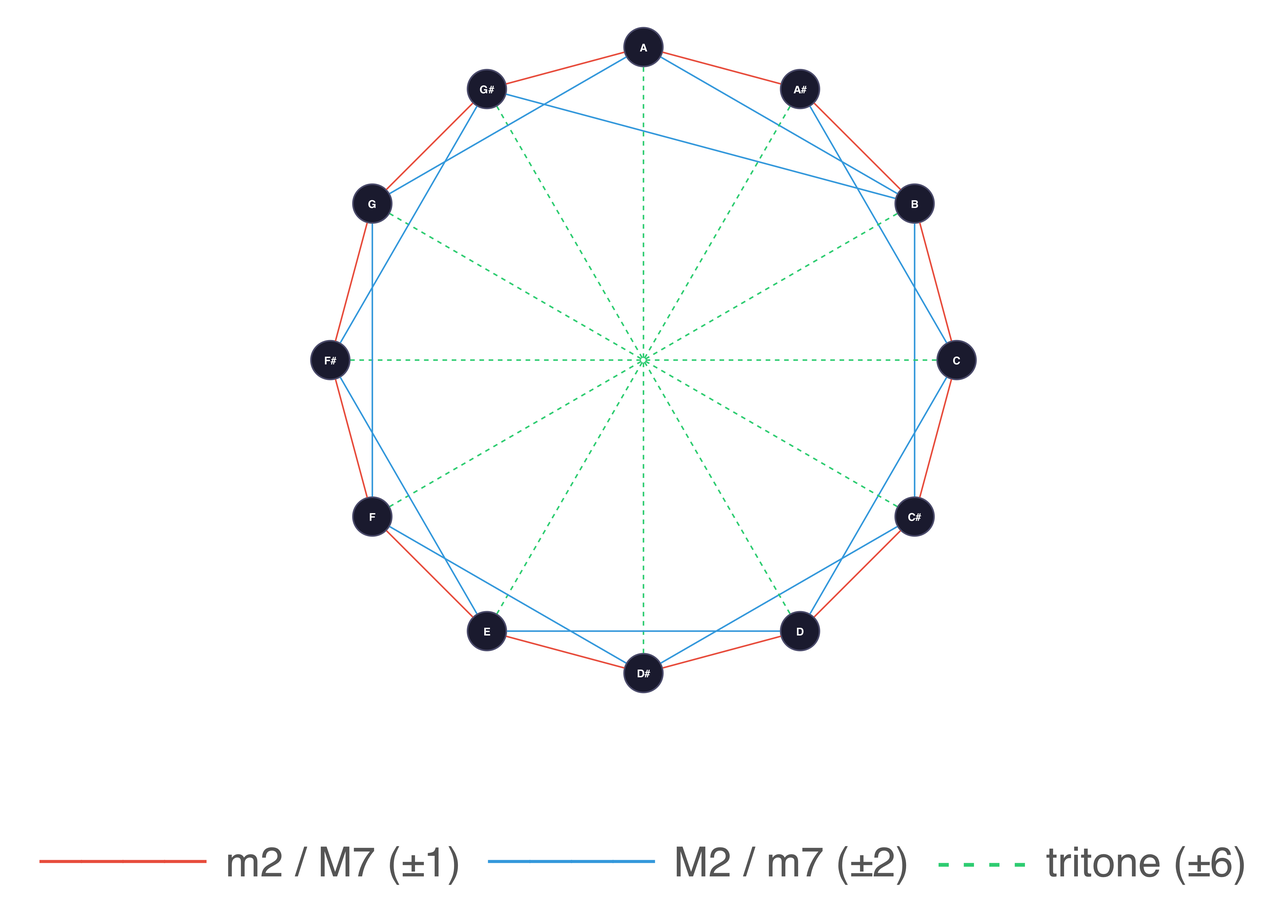
The Graphviz diagram angry_man_successor_graph.png in vasilescur/jazz-engine, before a commit. Its source is kept beside it as angry_man_successor_graph.dot.
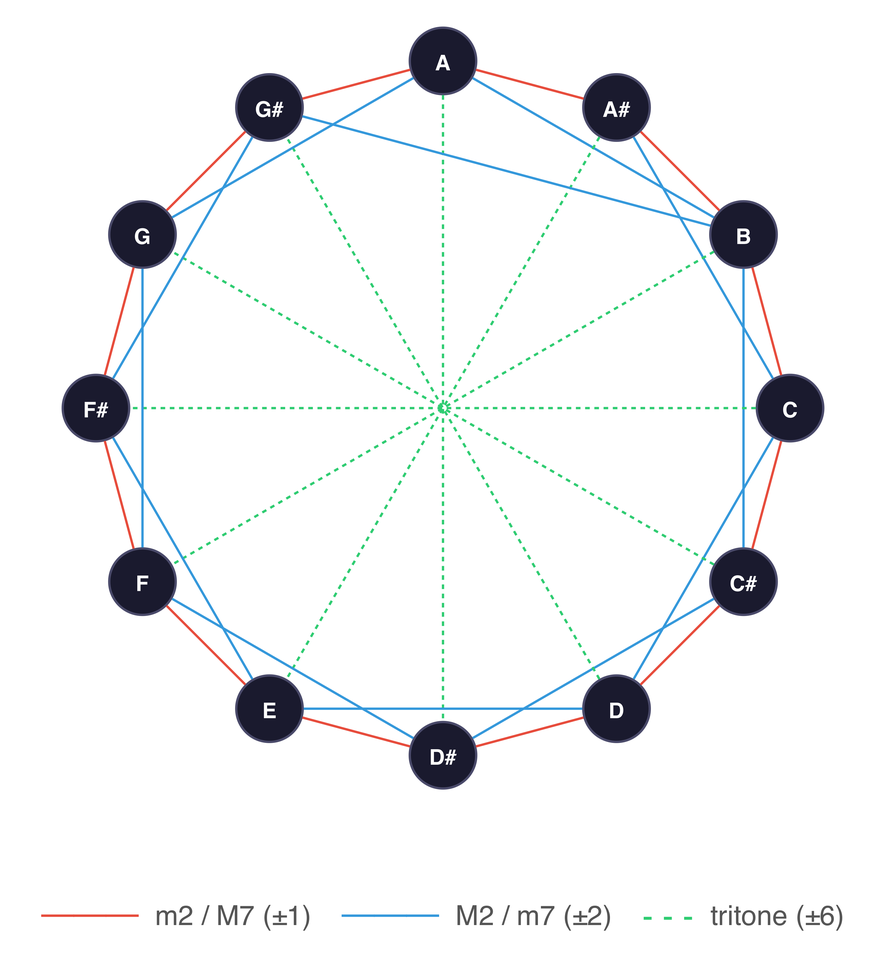
After the change.

Commit message:
Scale up graph and legend for readability

What changed in the source:
```diff
@@ -11,63 +11,63 @@
         fillcolor="#1a1a2e"
         fontcolor="white"
         fontname="Helvetica-Bold"
-        fontsize=14
-        width=0.7
+        fontsize=28
+        width=1.2
         fixedsize=true
         color="#4a4a6a"
-        penwidth=2
+        penwidth=3
     ]
 
     edge [
         color="#666688"
-        penwidth=1.5
+        penwidth=2.5
     ]
 
-    "A"   [pos="0.000, 2.200!"]
-    "A#"  [pos="1.100, 1.905!"]
-    "B"   [pos="1.905, 1.100!"]
-    "C"   [pos="2.200, 0.000!"]
-    "C#"  [pos="1.905,-1.100!"]
-    "D"   [pos="1.100,-1.905!"]
-    "D#"  [pos="0.000,-2.200!"]
-    "E"   [pos="-1.100,-1.905!"]
-    "F"   [pos="-1.905,-1.100!"]
-    "F#"  [pos="-2.200, 0.000!"]
-    "G"   [pos="-1.905, 1.100!"]
-    "G#"  [pos="-1.100, 1.905!"]
+    "A"   [pos="0.000, 4.400!"]
+    "A#"  [pos="2.200, 3.810!"]
+    "B"   [pos="3.810, 2.200!"]
+    "C"   [pos="4.400, 0.000!"]
+    "C#"  [pos="3.810,-2.200!"]
+    "D"   [pos="2.200,-3.810!"]
+    "D#"  [pos="0.000,-4.400!"]
+    "E"   [pos="-2.200,-3.810!"]
+    "F"   [pos="-3.810,-2.200!"]
+    "F#"  [pos="-4.400, 0.000!"]
+    "G"   [pos="-3.810, 2.200!"]
+    "G#"  [pos="-2.200, 3.810!"]
 
-    "A"  -- "A#"  [color="#e74c3c", penwidth=2, label="m2", fontcolor="#e74c3c", fontsize=0]
-    "A#" -- "B"   [color="#e74c3c", penwidth=2]
-    "B"  -- "C"   [color="#e74c3c", penwidth=2]
-    "C"  -- "C#"  [color="#e74c3c", penwidth=2]
-    "C#" -- "D"   [color="#e74c3c", penwidth=2]
-    "D"  -- "D#"  [color="#e74c3c", penwidth=2]
-    "D#" -- "E"   [color="#e74c3c", penwidth=2]
-    "E"  -- "F"   [color="#e74c3c", penwidth=2]
-    "F"  -- "F#"  [color="#e74c3c", penwidth=2]
-    "F#" -- "G"   [color="#e74c3c", penwidth=2]
-    "G"  -- "G#"  [color="#e74c3c", penwidth=2]
-    "G#" -- "A"   [color="#e74c3c", penwidth=2]
+    "A"  -- "A#"  [color="#e74c3c", penwidth=3]
+    "A#" -- "B"   [color="#e74c3c", penwidth=3]
+    "B"  -- "C"   [color="#e74c3c", penwidth=3]
+    "C"  -- "C#"  [color="#e74c3c", penwidth=3]
+    "C#" -- "D"   [color="#e74c3c", penwidth=3]
+    "D"  -- "D#"  [color="#e74c3c", penwidth=3]
+    "D#" -- "E"   [color="#e74c3c", penwidth=3]
+    "E"  -- "F"   [color="#e74c3c", penwidth=3]
+    "F"  -- "F#"  [color="#e74c3c", penwidth=3]
+    "F#" -- "G"   [color="#e74c3c", penwidth=3]
+    "G"  -- "G#"  [color="#e74c3c", penwidth=3]
+    "G#" -- "A"   [color="#e74c3c", penwidth=3]
 
-    "A"  -- "B"   [color="#3498db", penwidth=2]
-    "A#" -- "C"   [color="#3498db", penwidth=2]
-    "B"  -- "C#"  [color="#3498db", penwidth=2]
-    "C"  -- "D"   [color="#3498db", penwidth=2]
-    "C#" -- "D#"  [color="#3498db", penwidth=2]
-    "D"  -- "E"   [color="#3498db", penwidth=2]
-    "D#" -- "F"   [color="#3498db", penwidth=2]
-    "E"  -- "F#"  [color="#3498db", penwidth=2]
-    "F"  -- "G"   [color="#3498db", penwidth=2]
-    "F#" -- "G#"  [color="#3498db", penwidth=2]
-    "G"  -- "A"   [color="#3498db", penwidth=2]
-    "G#" -- "B"   [color="#3498db", penwidth=2]
+    "A"  -- "B"   [color="#3498db", penwidth=3]
+    "A#" -- "C"   [color="#3498db", penwidth=3]
+    "B"  -- "C#"  [color="#3498db", penwidth=3]
+    "C"  -- "D"   [color="#3498db", penwidth=3]
+    "C#" -- "D#"  [color="#3498db", penwidth=3]
+    "D"  -- "E"   [color="#3498db", penwidth=3]
+    "D#" -- "F"   [color="#3498db", penwidth=3]
+    "E"  -- "F#"  [color="#3498db", penwidth=3]
+    "F"  -- "G"   [color="#3498db", penwidth=3]
+    "F#" -- "G#"  [color="#3498db", penwidth=3]
+    "G"  -- "A"   [color="#3498db", penwidth=3]
+    "G#" -- "B"   [color="#3498db", penwidth=3]
 
-    "A"  -- "D#"  [color="#2ecc71", penwidth=2, style=dashed]
-    "A#" -- "E"   [color="#2ecc71", penwidth=2, style=dashed]
-    "B"  -- "F"   [color="#2ecc71", penwidth=2, style=dashed]
-    "C"  -- "F#"  [color="#2ecc71", penwidth=2, style=dashed]
-    "C#" -- "G"   [color="#2ecc71", penwidth=2, style=dashed]
-    "D"  -- "G#"  [color="#2ecc71", penwidth=2, style=dashed]
+    "A"  -- "D#"  [color="#2ecc71", penwidth=3, style=dashed]
+    "A#" -- "E"   [color="#2ecc71", penwidth=3, style=dashed]
+    "B"  -- "F"   [color="#2ecc71", penwidth=3, style=dashed]
+    "C"  -- "F#"  [color="#2ecc71", penwidth=3, style=dashed]
+    "C#" -- "G"   [color="#2ecc71", penwidth=3, style=dashed]
+    "D"  -- "G#"  [color="#2ecc71", penwidth=3, style=dashed]
 
     subgraph cluster_legend {
         label=""
@@ -76,17 +76,17 @@
 
         node [shape=plaintext, fillcolor="transparent", fontcolor="#333333", fontname="Helvetica", fontsize=18, width=0, fixedsize=false, color="transparent"]
 
-        leg_pos [pos="0.000,-3.500!", label=<
-            <TABLE BORDER="0" CELLBORDER="0" CELLSPACING="6">
+        leg_pos [pos="0.000,-6.400!", label=<
+            <TABLE BORDER="0" CELLBORDER="0" CELLSPACING="8">
                 <TR>
-                    <TD><FONT COLOR="#e74c3c" POINT-SIZE="54">&#x2500;&#x2500;&#x2500;&#x2500;</FONT></TD>
-                    <TD ALIGN="LEFT"><FONT COLOR="#555555" POINT-SIZE="54"> m2 / M7 (&#xb1;1)</FONT></TD>
+                    <TD><FONT COLOR="#e74c3c" POINT-SIZE="42">&#x2500;&#x2500;&#x2500;</FONT></TD>
+                    <TD ALIGN="LEFT"><FONT COLOR="#555555" POINT-SIZE="36"> m2 / M7 (&#xb1;1)</FONT></TD>
                     <TD>   </TD>
-                    <TD><FONT COLOR="#3498db" POINT-SIZE="54">&#x2500;&#x2500;&#x2500;&#x2500;</FONT></TD>
-                    <TD ALIGN="LEFT"><FONT COLOR="#555555" POINT-SIZE="54"> M2 / m7 (&#xb1;2)</FONT></TD>
+                    <TD><FONT COLOR="#3498db" POINT-SIZE="42">&#x2500;&#x2500;&#x2500;</FONT></TD>
+                    <TD ALIGN="LEFT"><FONT COLOR="#555555" POINT-SIZE="36"> M2 / m7 (&#xb1;2)</FONT></TD>
                     <TD>   </TD>
-                    <TD><FONT COLOR="#2ecc71" POINT-SIZE="54">- - - -</FONT></TD>
-                    <TD ALIGN="LEFT"><FONT COLOR="#555555" POINT-SIZE="54"> tritone (&#xb1;6)</FONT></TD>
+                    <TD><FONT COLOR="#2ecc71" POINT-SIZE="42">- - -</FONT></TD>
+                    <TD ALIGN="LEFT"><FONT COLOR="#555555" POINT-SIZE="36"> tritone (&#xb1;6)</FONT></TD>
                 </TR>
             </TABLE>
         >]
```
